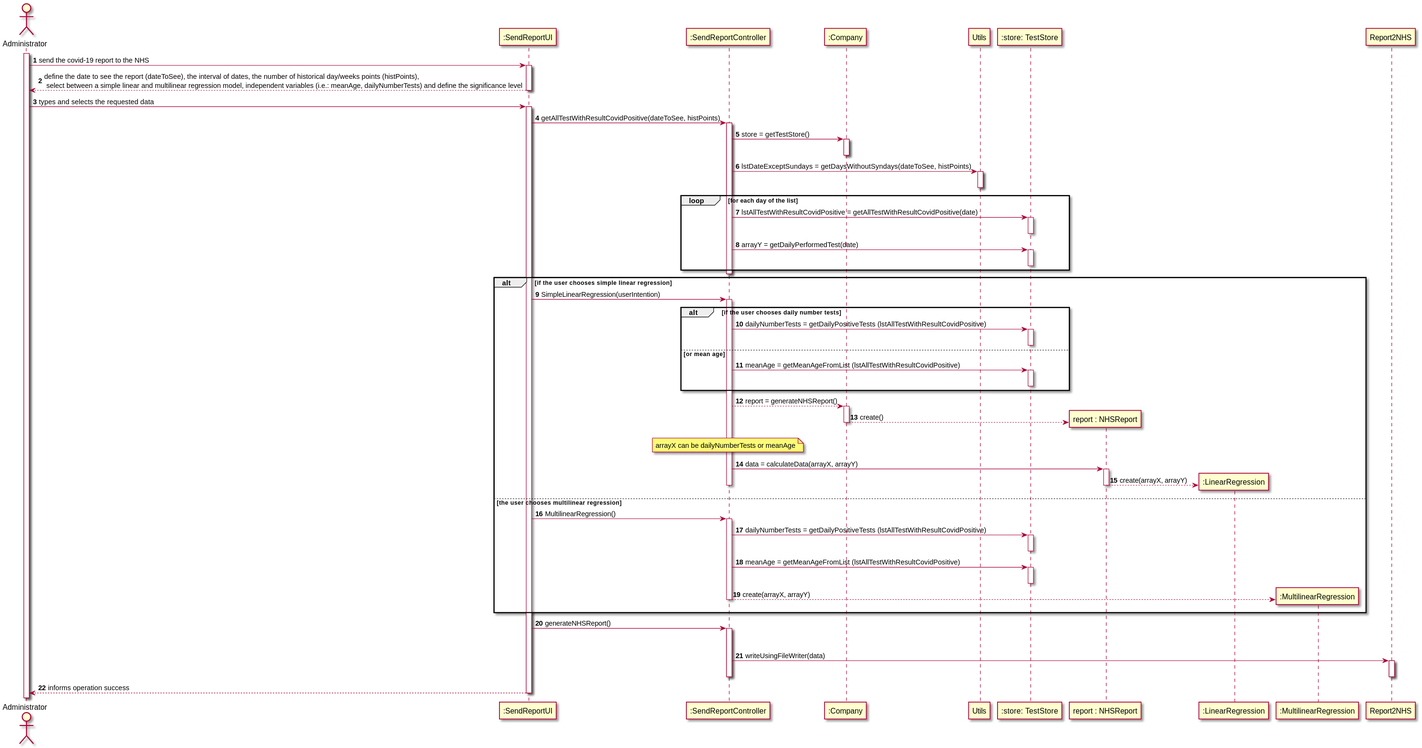
0franciscor/lei-21-s2-1de-g19 keeps this PlantUML diagram as docs/SprintD/US18/US18-SD.svg. Above is the earlier version.
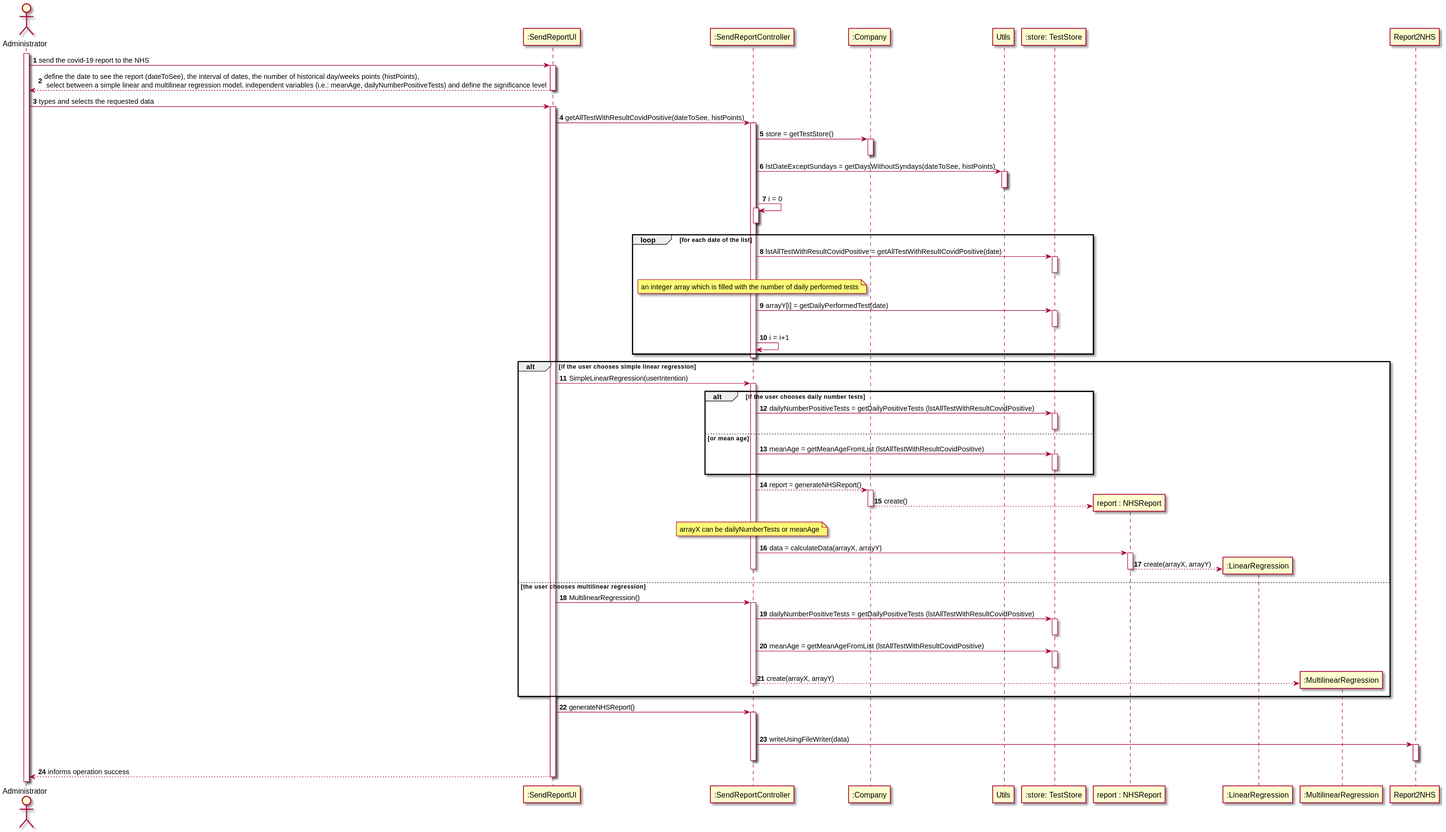
Above is the later version.

Diff of the diagram source:
```diff
@@ -8,7 +8,7 @@
 
 A -> ":SendReportUI" : send the covid-19 report to the NHS
 activate ":SendReportUI"
-":SendReportUI" --> A: define the date to see the report (dateToSee), the interval of dates, the number of historical day/weeks points (histPoints), \n select between a simple linear and multilinear regression model, independent variables (i.e.: meanAge, dailyNumberTests) and define the significance level
+":SendReportUI" --> A: define the date to see the report (dateToSee), the interval of dates, the number of historical day/weeks points (histPoints), \n select between a simple linear and multilinear regression model, independent variables (i.e.: meanAge, dailyNumberPositiveTests) and define the significance level
 deactivate ":SendReportUI"
 
 A -> ":SendReportUI" : types and selects the requested data
@@ -24,15 +24,21 @@
 activate "Utils"
 deactivate "Utils"
 
-loop for each day of the list
+":SendReportController" -> ":SendReportController" : i = 0
+activate ":SendReportController"
+deactivate ":SendReportController"
+
+loop for each date of the list
 ":SendReportController" -> ":store: TestStore" : lstAllTestWithResultCovidPositive = getAllTestWithResultCovidPositive(date)
 activate ":store: TestStore"
 deactivate ":store: TestStore"
 
-":SendReportController" -> ":store: TestStore" : arrayY = getDailyPerformedTest(date)
+note over ":SendReportController" : an integer array which is filled with the number of daily performed tests
+":SendReportController" -> ":store: TestStore" : arrayY[i] = getDailyPerformedTest(date)
 activate ":store: TestStore"
 deactivate ":store: TestStore"
 
+":SendReportController" -> ":SendReportController" : i = i+1
 end
 
 deactivate ":SendReportController"
@@ -43,7 +49,7 @@
 activate ":SendReportController"
 
 alt if the user chooses daily number tests
-":SendReportController" -> ":store: TestStore" : dailyNumberTests = getDailyPositiveTests (lstAllTestWithResultCovidPositive)
+":SendReportController" -> ":store: TestStore" : dailyNumberPositiveTests = getDailyPositiveTests (lstAllTestWithResultCovidPositive)
 activate ":store: TestStore"
 deactivate ":store: TestStore"
 else or mean age
@@ -80,7 +86,7 @@
 
 
 
-":SendReportController" -> ":store: TestStore" : dailyNumberTests = getDailyPositiveTests (lstAllTestWithResultCovidPositive)
+":SendReportController" -> ":store: TestStore" : dailyNumberPositiveTests = getDailyPositiveTests (lstAllTestWithResultCovidPositive)
 activate ":store: TestStore"
 deactivate ":store: TestStore"
 ":SendReportController" -> ":store: TestStore" : meanAge = getMeanAgeFromList (lstAllTestWithResultCovidPositive)
```
